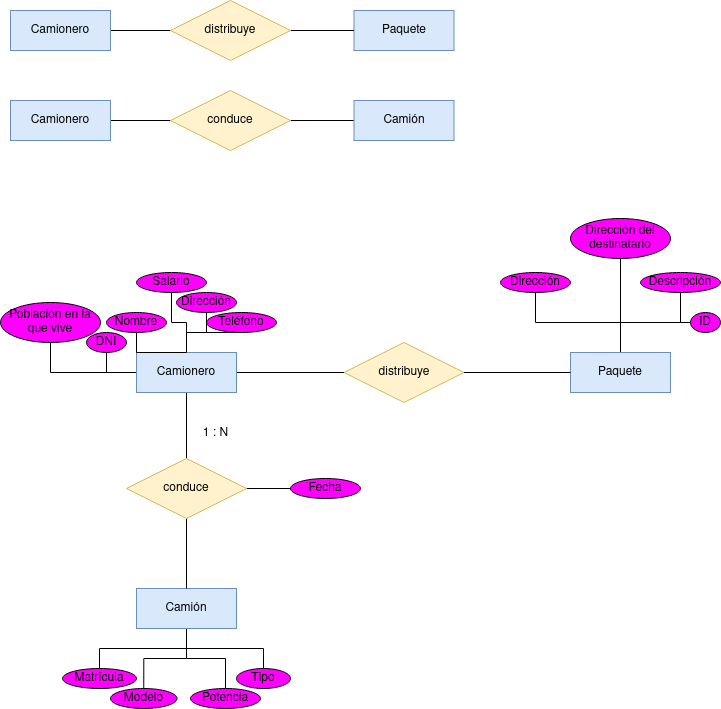
Above: Unidad-1/Tareas/Tarea-3/Diagrama Tarea 4.drawio.png in RafaelMayor/base-datos (draw.io), before the change. Source tidied: cells renumbered, new cells last; positions are measured from the earlier drawing's top-left corner, leaving out a move shared by most shapes.
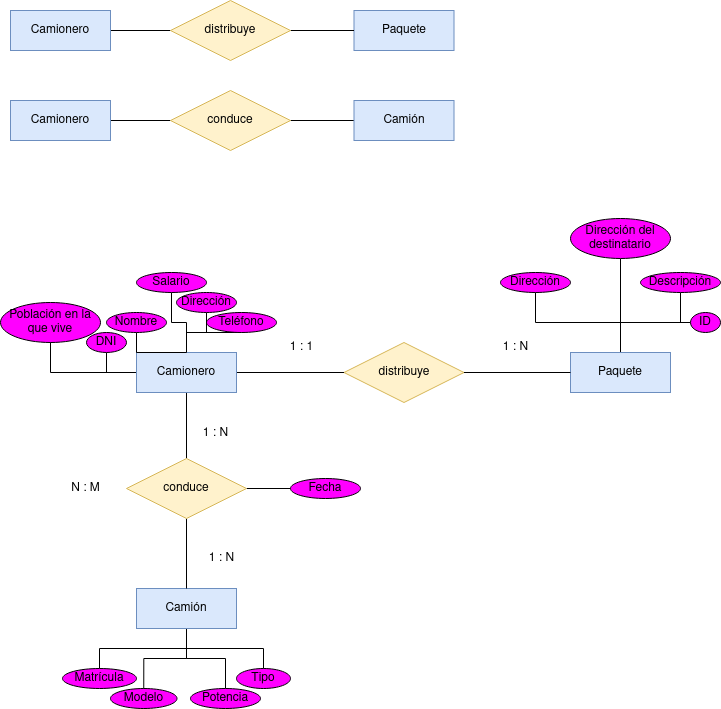
Later version of the same file.

Change to the diagram source:
```diff
@@ -152,5 +152,17 @@
     <mxCell id="51" value="1 : N" style="text;html=1;align=center;verticalAlign=middle;strokeColor=none;fillColor=none;" parent="1" vertex="1">
       <mxGeometry x="190" y="418" width="50" height="30" as="geometry" />
     </mxCell>
+    <mxCell id="52" value="1 : N" style="text;html=1;align=center;verticalAlign=middle;strokeColor=none;fillColor=none;" parent="1" vertex="1">
+      <mxGeometry x="196" y="542.5" width="50" height="30" as="geometry" />
+    </mxCell>
+    <mxCell id="53" value="N : M" style="text;html=1;align=center;verticalAlign=middle;strokeColor=none;fillColor=none;" parent="1" vertex="1">
+      <mxGeometry x="60" y="473" width="50" height="30" as="geometry" />
+    </mxCell>
+    <mxCell id="54" value="1 : N" style="text;html=1;align=center;verticalAlign=middle;strokeColor=none;fillColor=none;" parent="1" vertex="1">
+      <mxGeometry x="490" y="332" width="50" height="30" as="geometry" />
+    </mxCell>
+    <mxCell id="55" value="1 : 1" style="text;html=1;align=center;verticalAlign=middle;strokeColor=none;fillColor=none;" parent="1" vertex="1">
+      <mxGeometry x="276" y="332" width="50" height="30" as="geometry" />
+    </mxCell>
   </root>
 </mxGraphModel>
```
